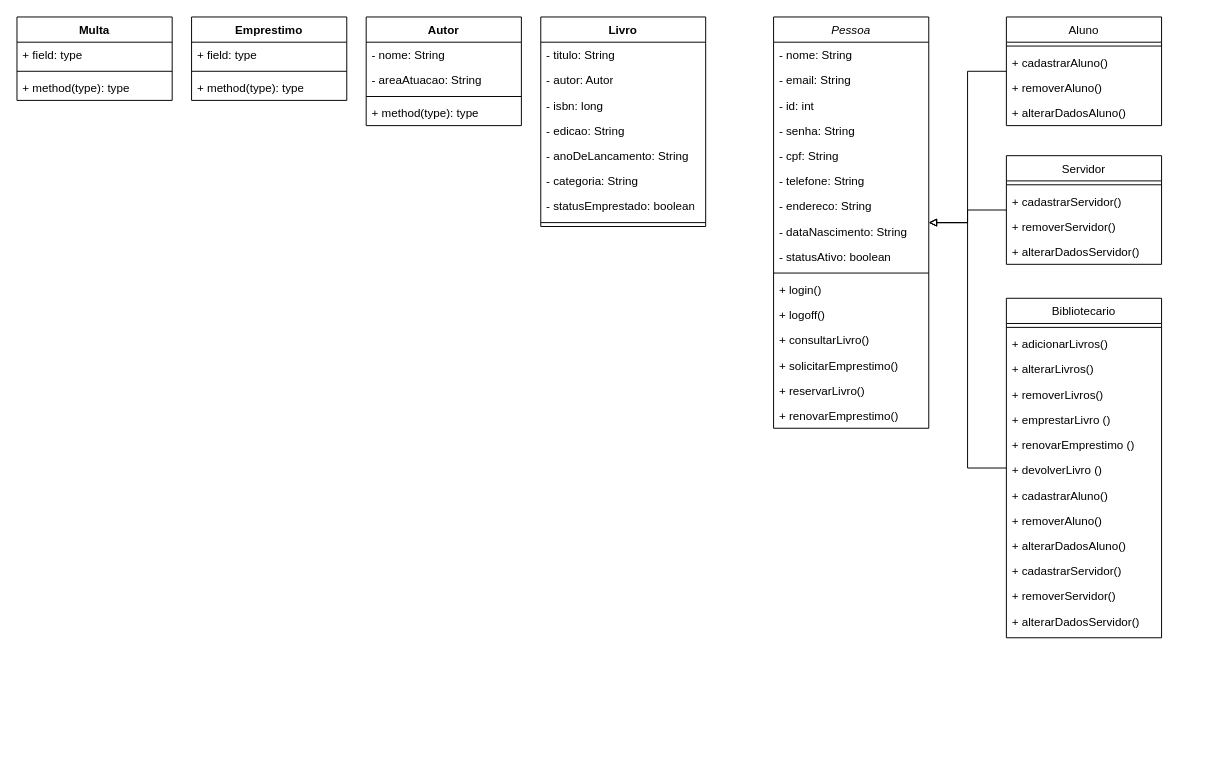
GuylhermeLima/BibliotecaUFC keeps this draw.io diagram as Diagrama de classes Biblioteca UFC.drawio. Above is the earlier version. Source tidied: cells renumbered, new cells numbered last; positions are measured from the earlier drawing's top-left corner, leaving out a move shared by most shapes. Both pictures are drawn from the tidied source at 97%, with x=0, y=0 at pixel (16, 16).
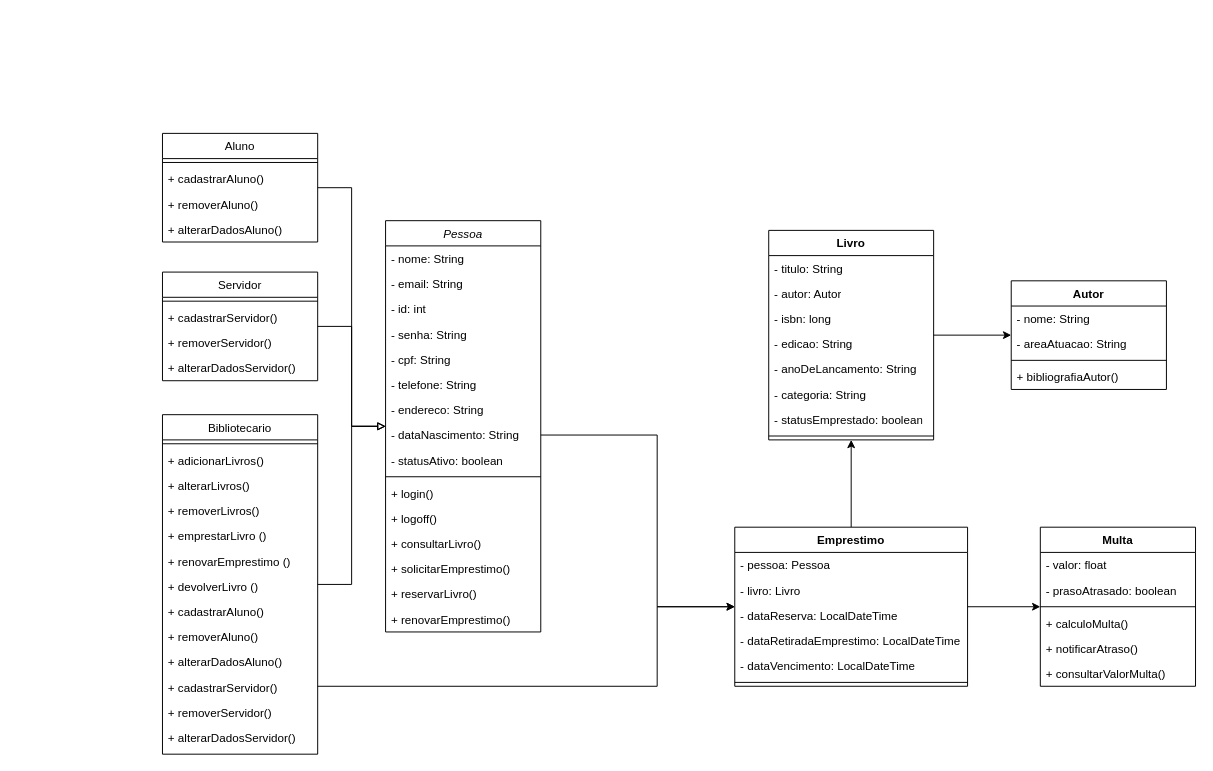
The same page after the edit.

The change refers to these unchanged cells:
```xml
<mxCell id="10" value="- dataNascimento: String" style="text;align=left;verticalAlign=top;spacingLeft=4;spacingRight=4;overflow=hidden;points=[[0,0.5],[1,0.5]];portConstraint=eastwest;rounded=0;shadow=0;html=0;" parent="2" vertex="1">
  <mxGeometry y="208" width="160" height="26" as="geometry" />
</mxCell>
```

Change to the diagram source:
```diff
@@
     <mxCell id="2" value="Pessoa" style="swimlane;fontStyle=2;align=center;verticalAlign=top;horizontal=1;startSize=26;rounded=0;shadow=0;strokeWidth=1;" parent="1" vertex="1">
-      <mxGeometry x="780" width="160" height="424" as="geometry" />
+      <mxGeometry x="380" y="210" width="160" height="424" as="geometry" />
     </mxCell>
@@
     <mxCell id="20" value="Aluno" style="swimlane;fontStyle=0;align=center;verticalAlign=top;horizontal=1;startSize=26;rounded=0;shadow=0;strokeWidth=1;" parent="1" vertex="1">
-      <mxGeometry x="1020" width="160" height="112" as="geometry" />
+      <mxGeometry x="150" y="120" width="160" height="112" as="geometry" />
     </mxCell>
@@
     <mxCell id="26" value="Servidor" style="swimlane;fontStyle=0;align=center;verticalAlign=top;horizontal=1;startSize=26;rounded=0;shadow=0;strokeWidth=1;" parent="1" vertex="1">
-      <mxGeometry x="1020" y="143" width="160" height="112" as="geometry" />
+      <mxGeometry x="150" y="263" width="160" height="112" as="geometry" />
     </mxCell>
@@
+    <mxCell id="68" style="edgeStyle=orthogonalEdgeStyle;rounded=0;jettySize=auto;html=1;" parent="1" edge="1" source="32" target="60">
+      <mxGeometry relative="1" as="geometry">
+        <Array as="points">
+          <mxPoint x="660" y="690" />
+          <mxPoint x="660" y="608" />
+        </Array>
+      </mxGeometry>
+    </mxCell>
     <mxCell id="32" value="Bibliotecario" style="swimlane;fontStyle=0;align=center;verticalAlign=top;horizontal=1;startSize=26;rounded=0;shadow=0;strokeWidth=1;" parent="1" vertex="1">
-      <mxGeometry x="1020" y="290" width="160" height="350" as="geometry" />
+      <mxGeometry x="150" y="410" width="160" height="350" as="geometry" />
     </mxCell>
@@
+    <mxCell id="69" style="edgeStyle=orthogonalEdgeStyle;rounded=0;jettySize=auto;html=1;" parent="1" edge="1" source="46" target="55">
+      <mxGeometry relative="1" as="geometry" />
+    </mxCell>
     <mxCell id="46" value="Livro" style="swimlane;fontStyle=1;align=center;verticalAlign=top;horizontal=1;startSize=26;whiteSpace=wrap;html=1;" parent="1" vertex="1">
-      <mxGeometry x="540" width="170" height="216" as="geometry" />
+      <mxGeometry x="775" y="220" width="170" height="216" as="geometry" />
     </mxCell>
@@
     <mxCell id="55" value="Autor" style="swimlane;fontStyle=1;align=center;verticalAlign=top;horizontal=1;startSize=26;whiteSpace=wrap;html=1;" parent="1" vertex="1">
-      <mxGeometry x="360" width="160" height="112" as="geometry" />
+      <mxGeometry x="1025" y="272" width="160" height="112" as="geometry" />
     </mxCell>
@@
-    <mxCell id="59" value="+ method(type): type" style="text;strokeColor=none;fillColor=none;align=left;verticalAlign=top;spacingLeft=4;spacingRight=4;overflow=hidden;whiteSpace=wrap;html=1;" parent="55" vertex="1">
+    <mxCell id="59" value="+ bibliografiaAutor()" style="text;strokeColor=none;fillColor=none;align=left;verticalAlign=top;spacingLeft=4;spacingRight=4;overflow=hidden;whiteSpace=wrap;html=1;" parent="55" vertex="1">
       <mxGeometry y="86" width="160" height="26" as="geometry" />
     </mxCell>
+    <mxCell id="70" style="edgeStyle=orthogonalEdgeStyle;rounded=0;jettySize=auto;html=1;" parent="1" edge="1" source="60" target="64">
+      <mxGeometry relative="1" as="geometry" />
+    </mxCell>
+    <mxCell id="71" style="edgeStyle=orthogonalEdgeStyle;rounded=0;jettySize=auto;html=1;" parent="1" edge="1" source="60" target="46">
+      <mxGeometry relative="1" as="geometry" />
+    </mxCell>
     <mxCell id="60" value="Emprestimo" style="swimlane;fontStyle=1;align=center;verticalAlign=top;horizontal=1;startSize=26;whiteSpace=wrap;html=1;" parent="1" vertex="1">
-      <mxGeometry x="180" width="160" height="86" as="geometry" />
+      <mxGeometry x="740" y="526" width="240" height="164" as="geometry" />
     </mxCell>
-    <mxCell id="61" value="+ field: type" style="text;strokeColor=none;fillColor=none;align=left;verticalAlign=top;spacingLeft=4;spacingRight=4;overflow=hidden;whiteSpace=wrap;html=1;" parent="60" vertex="1">
-      <mxGeometry y="26" width="160" height="26" as="geometry" />
+    <mxCell id="61" value="- pessoa: Pessoa" style="text;strokeColor=none;fillColor=none;align=left;verticalAlign=top;spacingLeft=4;spacingRight=4;overflow=hidden;whiteSpace=wrap;html=1;" parent="60" vertex="1">
+      <mxGeometry y="26" width="240" height="26" as="geometry" />
     </mxCell>
+    <mxCell id="72" value="- livro: Livro" style="text;strokeColor=none;fillColor=none;align=left;verticalAlign=top;spacingLeft=4;spacingRight=4;overflow=hidden;whiteSpace=wrap;html=1;" parent="60" vertex="1">
+      <mxGeometry y="52" width="240" height="26" as="geometry" />
+    </mxCell>
+    <mxCell id="73" value="- dataReserva: LocalDateTime" style="text;strokeColor=none;fillColor=none;align=left;verticalAlign=top;spacingLeft=4;spacingRight=4;overflow=hidden;whiteSpace=wrap;html=1;" parent="60" vertex="1">
+      <mxGeometry y="78" width="240" height="26" as="geometry" />
+    </mxCell>
+    <mxCell id="74" value="- dataRetiradaEmprestimo: LocalDateTime" style="text;strokeColor=none;fillColor=none;align=left;verticalAlign=top;spacingLeft=4;spacingRight=4;overflow=hidden;whiteSpace=wrap;html=1;" parent="60" vertex="1">
+      <mxGeometry y="104" width="240" height="26" as="geometry" />
+    </mxCell>
+    <mxCell id="75" value="- dataVencimento: LocalDateTime" style="text;strokeColor=none;fillColor=none;align=left;verticalAlign=top;spacingLeft=4;spacingRight=4;overflow=hidden;whiteSpace=wrap;html=1;" parent="60" vertex="1">
+      <mxGeometry y="130" width="240" height="26" as="geometry" />
+    </mxCell>
     <mxCell id="62" style="line;strokeWidth=1;fillColor=none;align=left;verticalAlign=middle;spacingTop=-1;spacingLeft=3;spacingRight=3;labelPosition=right;strokeColor=inherit;" parent="60" vertex="1">
-      <mxGeometry y="52" width="160" height="8" as="geometry" />
+      <mxGeometry y="156" width="240" height="8" as="geometry" />
     </mxCell>
-    <mxCell id="63" value="+ method(type): type" style="text;strokeColor=none;fillColor=none;align=left;verticalAlign=top;spacingLeft=4;spacingRight=4;overflow=hidden;whiteSpace=wrap;html=1;" parent="60" vertex="1">
-      <mxGeometry y="60" width="160" height="26" as="geometry" />
-    </mxCell>
     <mxCell id="64" value="Multa" style="swimlane;fontStyle=1;align=center;verticalAlign=top;horizontal=1;startSize=26;whiteSpace=wrap;html=1;" parent="1" vertex="1">
-      <mxGeometry width="160" height="86" as="geometry" />
+      <mxGeometry x="1055" y="526" width="160" height="164" as="geometry" />
     </mxCell>
-    <mxCell id="65" value="+ field: type" style="text;strokeColor=none;fillColor=none;align=left;verticalAlign=top;spacingLeft=4;spacingRight=4;overflow=hidden;whiteSpace=wrap;html=1;" parent="64" vertex="1">
+    <mxCell id="65" value="- valor: float" style="text;strokeColor=none;fillColor=none;align=left;verticalAlign=top;spacingLeft=4;spacingRight=4;overflow=hidden;whiteSpace=wrap;html=1;" parent="64" vertex="1">
       <mxGeometry y="26" width="160" height="26" as="geometry" />
     </mxCell>
+    <mxCell id="76" value="- prasoAtrasado: boolean" style="text;strokeColor=none;fillColor=none;align=left;verticalAlign=top;spacingLeft=4;spacingRight=4;overflow=hidden;whiteSpace=wrap;html=1;" parent="64" vertex="1">
+      <mxGeometry y="52" width="160" height="26" as="geometry" />
+    </mxCell>
     <mxCell id="66" style="line;strokeWidth=1;fillColor=none;align=left;verticalAlign=middle;spacingTop=-1;spacingLeft=3;spacingRight=3;labelPosition=right;strokeColor=inherit;" parent="64" vertex="1">
-      <mxGeometry y="52" width="160" height="8" as="geometry" />
+      <mxGeometry y="78" width="160" height="8" as="geometry" />
     </mxCell>
-    <mxCell id="67" value="+ method(type): type" style="text;strokeColor=none;fillColor=none;align=left;verticalAlign=top;spacingLeft=4;spacingRight=4;overflow=hidden;whiteSpace=wrap;html=1;" parent="64" vertex="1">
-      <mxGeometry y="60" width="160" height="26" as="geometry" />
-    </mxCell>
+    <mxCell id="77" value="+ calculoMulta()" style="text;strokeColor=none;fillColor=none;align=left;verticalAlign=top;spacingLeft=4;spacingRight=4;overflow=hidden;whiteSpace=wrap;html=1;" parent="64" vertex="1">
+      <mxGeometry y="86" width="160" height="26" as="geometry" />
+    </mxCell>
+    <mxCell id="78" value="+ notificarAtraso()" style="text;strokeColor=none;fillColor=none;align=left;verticalAlign=top;spacingLeft=4;spacingRight=4;overflow=hidden;whiteSpace=wrap;html=1;" parent="64" vertex="1">
+      <mxGeometry y="112" width="160" height="26" as="geometry" />
+    </mxCell>
+    <mxCell id="79" value="+ consultarValorMulta()" style="text;strokeColor=none;fillColor=none;align=left;verticalAlign=top;spacingLeft=4;spacingRight=4;overflow=hidden;whiteSpace=wrap;html=1;" parent="64" vertex="1">
+      <mxGeometry y="138" width="160" height="26" as="geometry" />
+    </mxCell>
+    <mxCell id="80" style="edgeStyle=orthogonalEdgeStyle;rounded=0;jettySize=auto;html=1;" parent="1" edge="1" source="10" target="60">
+      <mxGeometry relative="1" as="geometry">
+        <Array as="points">
+          <mxPoint x="660" y="431" />
+          <mxPoint x="660" y="608" />
+        </Array>
+      </mxGeometry>
+    </mxCell>
```
